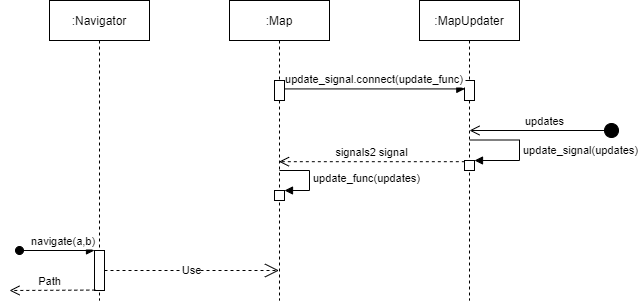
The draw.io diagram APK-domain-Seq.png in jens270996/NavSys, before a commit. Source tidied: cells renumbered, new cells last; positions are measured from the earlier drawing's top-left corner, leaving out a move shared by most shapes.
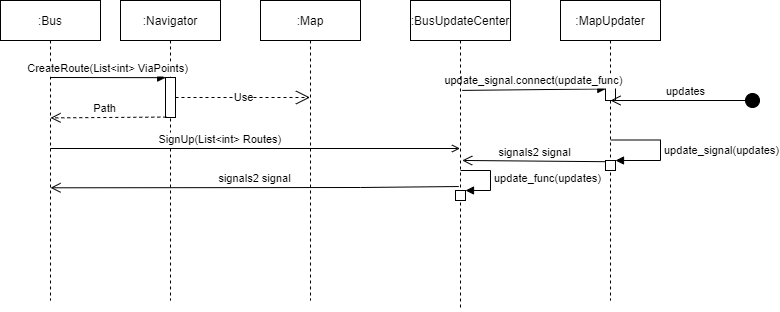
Later version of the same file.

The edit, as a diff of the source:
```diff
@@ -6,32 +6,19 @@
       <mxGeometry x="40" width="100" height="300" as="geometry" />
     </mxCell>
     <mxCell id="3" style="points=[];perimeter=orthogonalPerimeter;rounded=0;shadow=0;strokeWidth=1;" parent="2" vertex="1">
-      <mxGeometry x="45" y="250" width="10" height="40" as="geometry" />
+      <mxGeometry x="45" y="77" width="10" height="40" as="geometry" />
     </mxCell>
-    <mxCell id="4" value="navigate(a,b)" style="verticalAlign=bottom;startArrow=oval;endArrow=block;startSize=8;shadow=0;strokeWidth=1;" parent="2" edge="1" target="3">
-      <mxGeometry x="0.17" relative="1" as="geometry">
-        <mxPoint x="-30" y="250" as="sourcePoint" />
-      </mxGeometry>
-    </mxCell>
+    <mxCell id="18" value="SignUp(List&lt;int&gt; Routes)" style="verticalAlign=bottom;endArrow=open;shadow=0;strokeWidth=1;endFill=0;" parent="2" edge="1">
+      <mxGeometry x="-0.17" relative="1" as="geometry">
+        <mxPoint x="-70.2" y="148" as="sourcePoint" />
+        <mxPoint x="339.5" y="148" as="targetPoint" />
+      </mxGeometry>
+    </mxCell>
     <mxCell id="5" value=":Map" style="shape=umlLifeline;perimeter=lifelinePerimeter;rounded=0;shadow=0;strokeWidth=1;" parent="1" vertex="1">
-      <mxGeometry x="220" width="100" height="300" as="geometry" />
+      <mxGeometry x="180" width="100" height="300" as="geometry" />
     </mxCell>
-    <mxCell id="6" style="points=[];perimeter=orthogonalPerimeter;rounded=0;shadow=0;strokeWidth=1;" parent="5" vertex="1">
-      <mxGeometry x="45" y="80" width="10" height="20" as="geometry" />
-    </mxCell>
-    <mxCell id="7" style="html=1;points=[];perimeter=orthogonalPerimeter;" parent="5" vertex="1">
-      <mxGeometry x="45" y="190" width="10" height="10" as="geometry" />
-    </mxCell>
-    <mxCell id="8" value="update_func(updates)" style="edgeStyle=orthogonalEdgeStyle;html=1;align=left;spacingLeft=2;endArrow=block;rounded=0;entryX=1;entryY=0;" parent="5" edge="1" target="7">
-      <mxGeometry relative="1" as="geometry">
-        <mxPoint x="50" y="170" as="sourcePoint" />
-        <Array as="points">
-          <mxPoint x="80" y="170" />
-        </Array>
-      </mxGeometry>
-    </mxCell>
     <mxCell id="9" value=":MapUpdater" style="shape=umlLifeline;perimeter=lifelinePerimeter;rounded=0;shadow=0;strokeWidth=1;" parent="1" vertex="1">
-      <mxGeometry x="410" width="100" height="300" as="geometry" />
+      <mxGeometry x="480" width="100" height="300" as="geometry" />
     </mxCell>
     <mxCell id="10" style="points=[];perimeter=orthogonalPerimeter;rounded=0;shadow=0;strokeWidth=1;" parent="9" vertex="1">
       <mxGeometry x="45" y="80" width="10" height="20" as="geometry" />
@@ -47,25 +34,58 @@
         </Array>
       </mxGeometry>
     </mxCell>
-    <mxCell id="13" value="update_signal.connect(update_func)" style="verticalAlign=bottom;endArrow=block;entryX=0.033;entryY=0.421;shadow=0;strokeWidth=1;entryDx=0;entryDy=0;entryPerimeter=0;" parent="1" edge="1" source="6" target="10">
+    <mxCell id="13" value="update_signal.connect(update_func)" style="verticalAlign=bottom;endArrow=block;entryX=0.033;entryY=0.421;shadow=0;strokeWidth=1;entryDx=0;entryDy=0;entryPerimeter=0;exitX=0.517;exitY=0.29;exitDx=0;exitDy=0;exitPerimeter=0;" parent="1" edge="1" source="21" target="10">
       <mxGeometry relative="1" as="geometry" />
     </mxCell>
-    <mxCell id="14" value="signals2 signal" style="html=1;verticalAlign=bottom;endArrow=open;dashed=1;endSize=8;rounded=0;exitX=0.033;exitY=0.119;exitDx=0;exitDy=0;exitPerimeter=0;" parent="1" edge="1" source="11" target="5">
+    <mxCell id="14" value="signals2 signal" style="html=1;verticalAlign=bottom;endArrow=open;endSize=8;rounded=0;exitX=0.033;exitY=0.119;exitDx=0;exitDy=0;exitPerimeter=0;entryX=0.517;entryY=0.516;entryDx=0;entryDy=0;entryPerimeter=0;" parent="1" edge="1" source="11" target="21">
       <mxGeometry relative="1" as="geometry" />
     </mxCell>
     <mxCell id="15" value="updates" style="html=1;verticalAlign=bottom;startArrow=circle;startFill=1;endArrow=open;startSize=6;endSize=8;rounded=0;" parent="1" edge="1">
       <mxGeometry relative="1" as="geometry">
-        <mxPoint x="610" y="130" as="sourcePoint" />
-        <mxPoint x="460" y="130" as="targetPoint" />
+        <mxPoint x="680" y="100" as="sourcePoint" />
+        <mxPoint x="530" y="100" as="targetPoint" />
       </mxGeometry>
     </mxCell>
-    <mxCell id="16" value="Use" style="endArrow=open;endSize=12;dashed=1;html=1;rounded=0;" parent="1" edge="1" source="3" target="5">
-      <mxGeometry relative="1" as="geometry" />
+    <mxCell id="16" value="Use" style="endArrow=open;endSize=12;dashed=1;html=1;rounded=0;" parent="1" edge="1" source="3">
+      <mxGeometry relative="1" as="geometry">
+        <mxPoint x="229.5" y="97" as="targetPoint" />
+      </mxGeometry>
     </mxCell>
-    <mxCell id="17" value="Path" style="html=1;verticalAlign=bottom;endArrow=open;dashed=1;endSize=8;rounded=0;exitX=0.081;exitY=0.989;exitDx=0;exitDy=0;exitPerimeter=0;" parent="1" edge="1" source="3">
+    <mxCell id="17" value="Path" style="html=1;verticalAlign=bottom;endArrow=open;dashed=1;endSize=8;rounded=0;exitX=0.081;exitY=0.989;exitDx=0;exitDy=0;exitPerimeter=0;entryX=0.5;entryY=0.968;entryDx=0;entryDy=0;entryPerimeter=0;" parent="1" edge="1" source="3">
       <mxGeometry x="0.07" relative="1" as="geometry">
-        <mxPoint y="290" as="targetPoint" />
+        <mxPoint x="-30" y="117.4" as="targetPoint" />
       </mxGeometry>
     </mxCell>
+    <mxCell id="19" value=":Bus" style="shape=umlLifeline;perimeter=lifelinePerimeter;rounded=0;shadow=0;strokeWidth=1;" parent="1" vertex="1">
+      <mxGeometry x="-80" width="100" height="300" as="geometry" />
+    </mxCell>
+    <mxCell id="20" value="CreateRoute(List&lt;int&gt; ViaPoints)" style="verticalAlign=bottom;endArrow=block;entryX=0.016;entryY=0.004;shadow=0;strokeWidth=1;entryDx=0;entryDy=0;entryPerimeter=0;" parent="1" edge="1" target="3">
+      <mxGeometry relative="1" as="geometry">
+        <mxPoint x="-30" y="77" as="sourcePoint" />
+      </mxGeometry>
+    </mxCell>
+    <mxCell id="21" value=":BusUpdateCenter" style="shape=umlLifeline;perimeter=lifelinePerimeter;rounded=0;shadow=0;strokeWidth=1;" parent="1" vertex="1">
+      <mxGeometry x="330" width="100" height="310" as="geometry" />
+    </mxCell>
+    <mxCell id="7" style="html=1;points=[];perimeter=orthogonalPerimeter;" parent="21" vertex="1">
+      <mxGeometry x="45" y="190" width="10" height="10" as="geometry" />
+    </mxCell>
+    <mxCell id="8" value="update_func(updates)" style="edgeStyle=orthogonalEdgeStyle;html=1;align=left;spacingLeft=2;endArrow=block;rounded=0;entryX=1;entryY=0;" parent="21" edge="1" target="7">
+      <mxGeometry relative="1" as="geometry">
+        <mxPoint x="50" y="170" as="sourcePoint" />
+        <Array as="points">
+          <mxPoint x="80" y="170" />
+        </Array>
+      </mxGeometry>
+    </mxCell>
+    <mxCell id="22" value="signals2 signal" style="html=1;verticalAlign=bottom;endArrow=open;endSize=8;rounded=0;exitX=0.483;exitY=0.713;exitDx=0;exitDy=0;exitPerimeter=0;entryX=0.53;entryY=0.771;entryDx=0;entryDy=0;entryPerimeter=0;" parent="1" edge="1">
+      <mxGeometry relative="1" as="geometry">
+        <mxPoint x="378.3" y="186" as="sourcePoint" />
+        <mxPoint x="-30" y="187.3" as="targetPoint" />
+        <Array as="points">
+          <mxPoint x="280" y="187" />
+        </Array>
+      </mxGeometry>
+    </mxCell>
   </root>
 </mxGraphModel>
```
